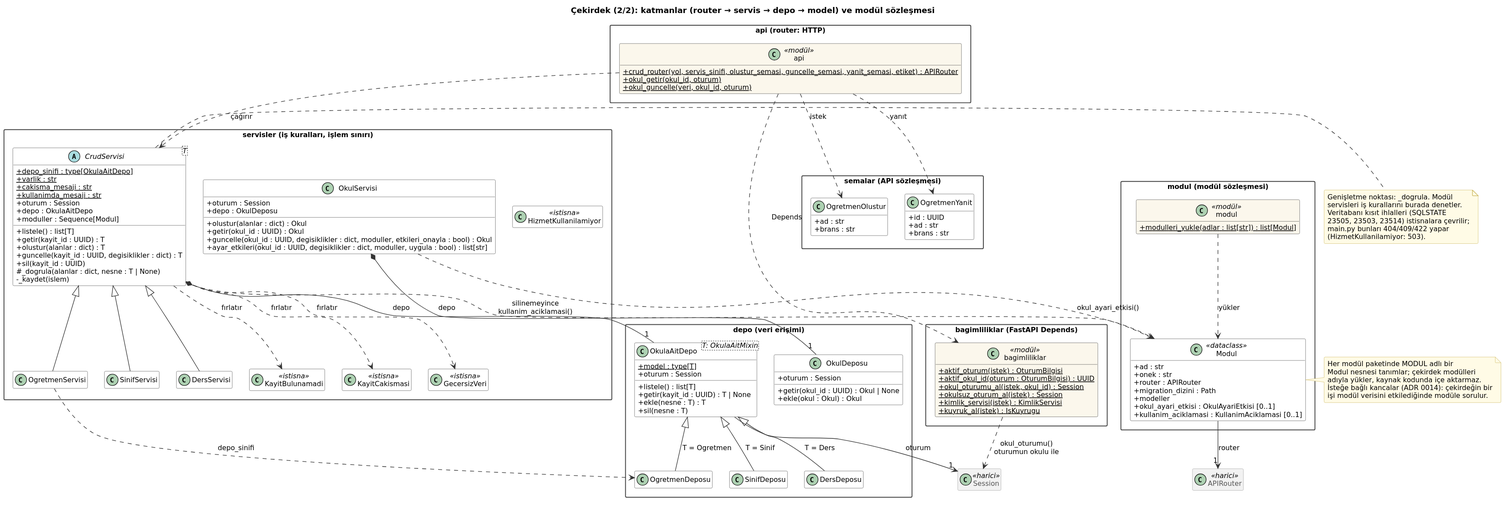
The PlantUML diagram docs/diyagramlar/cikti/03-cekirdek-katmanlar.svg in yusuf-aycicek/cizelge, before a commit.
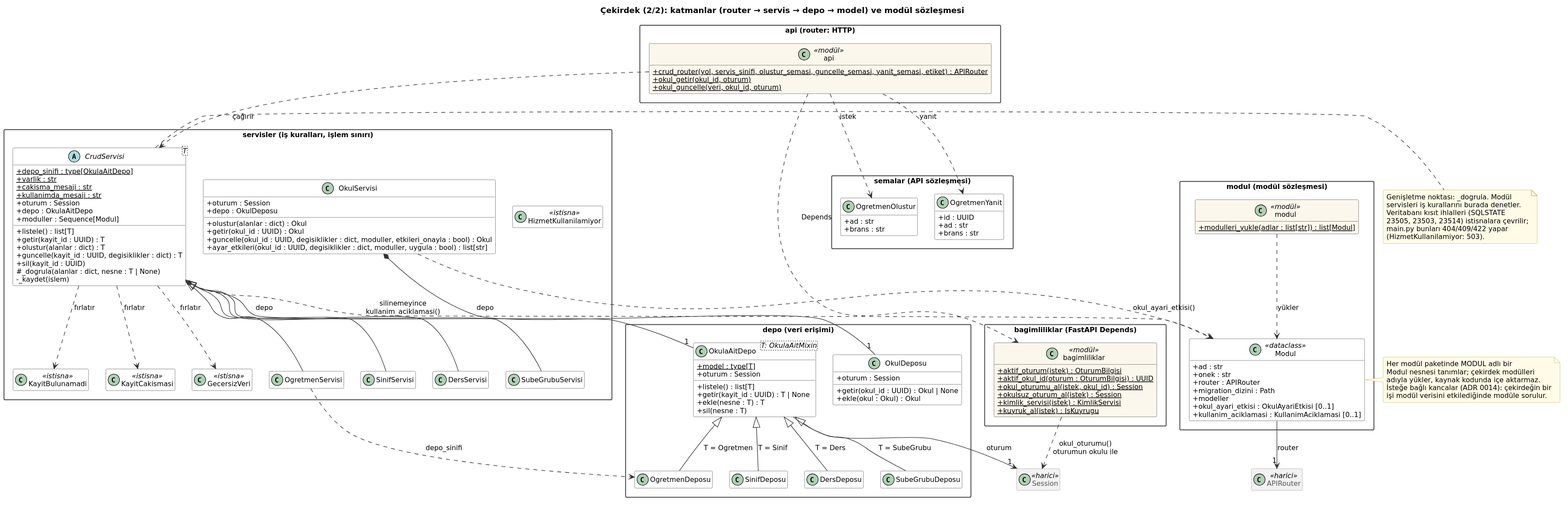
Later version of the same file.

Change to the diagram source:
```diff
@@ -57,6 +57,7 @@
   class OgretmenServisi
   class SinifServisi
   class DersServisi
+  class SubeGrubuServisi
   class OkulServisi {
     +oturum : Session
     +depo : OkulDeposu
@@ -83,6 +84,7 @@
   class OgretmenDeposu
   class SinifDeposu
   class DersDeposu
+  class SubeGrubuDeposu
   class OkulDeposu {
     +oturum : Session
     +getir(okul_id : UUID) : Okul | None
@@ -114,6 +116,8 @@
 CrudServisi <|-- OgretmenServisi
 CrudServisi <|-- SinifServisi
 CrudServisi <|-- DersServisi
+CrudServisi <|-- SubeGrubuServisi
+OkulaAitDepo <|-- SubeGrubuDeposu : T = SubeGrubu
 OkulaAitDepo <|-- OgretmenDeposu : T = Ogretmen
 OkulaAitDepo <|-- SinifDeposu : T = Sinif
 OkulaAitDepo <|-- DersDeposu : T = Ders
```
